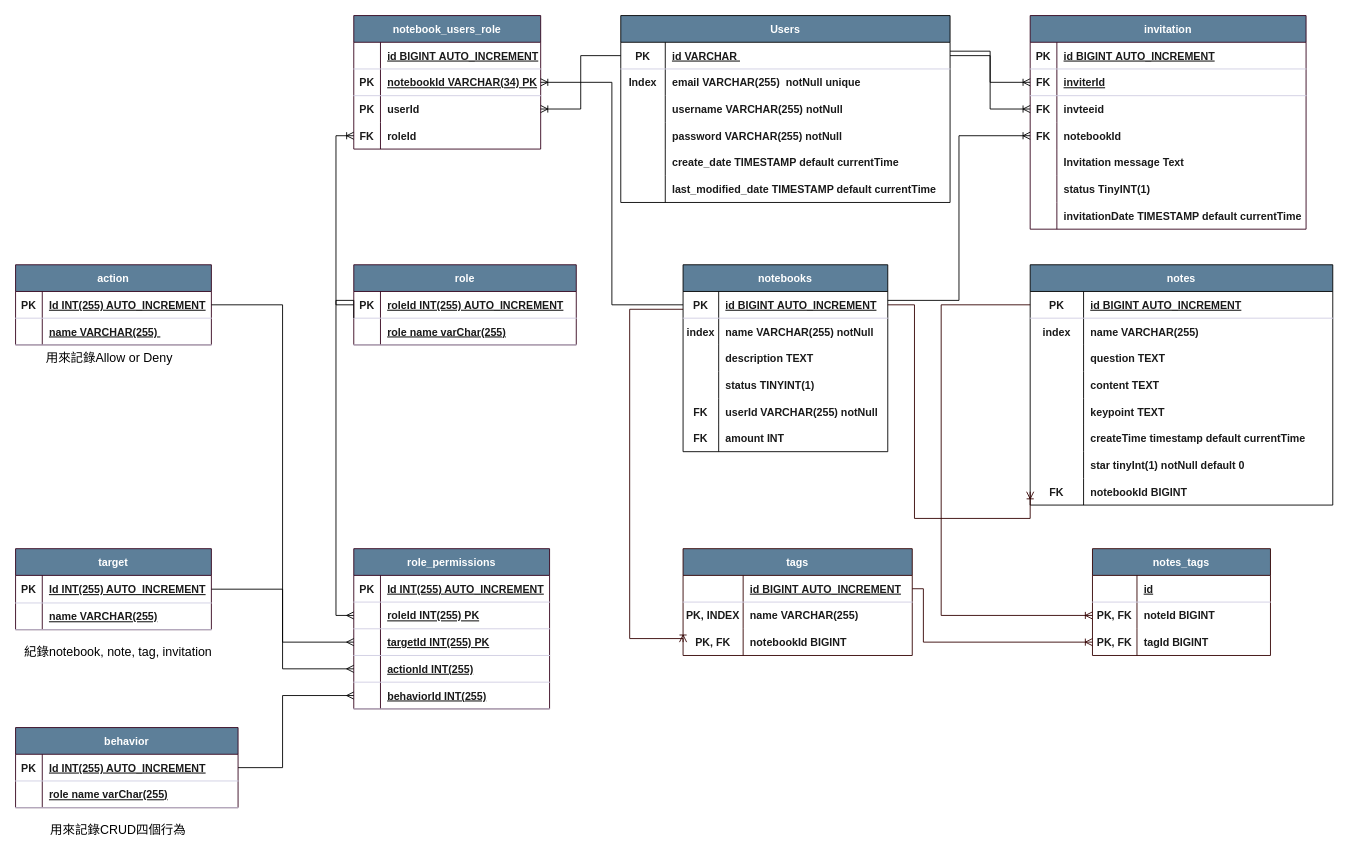
Earlier version of the draw.io diagram page "ERD" (1 of 3) of LinkNoteERD.drawio (joeyliao127/LinkNote2.0). Source tidied: cells renumbered, new cells numbered last; positions are measured from the earlier drawing's top-left corner, leaving out a move shared by most shapes. Both pictures are drawn from the tidied source at 89%, with x=0, y=0 at pixel (15, 15).
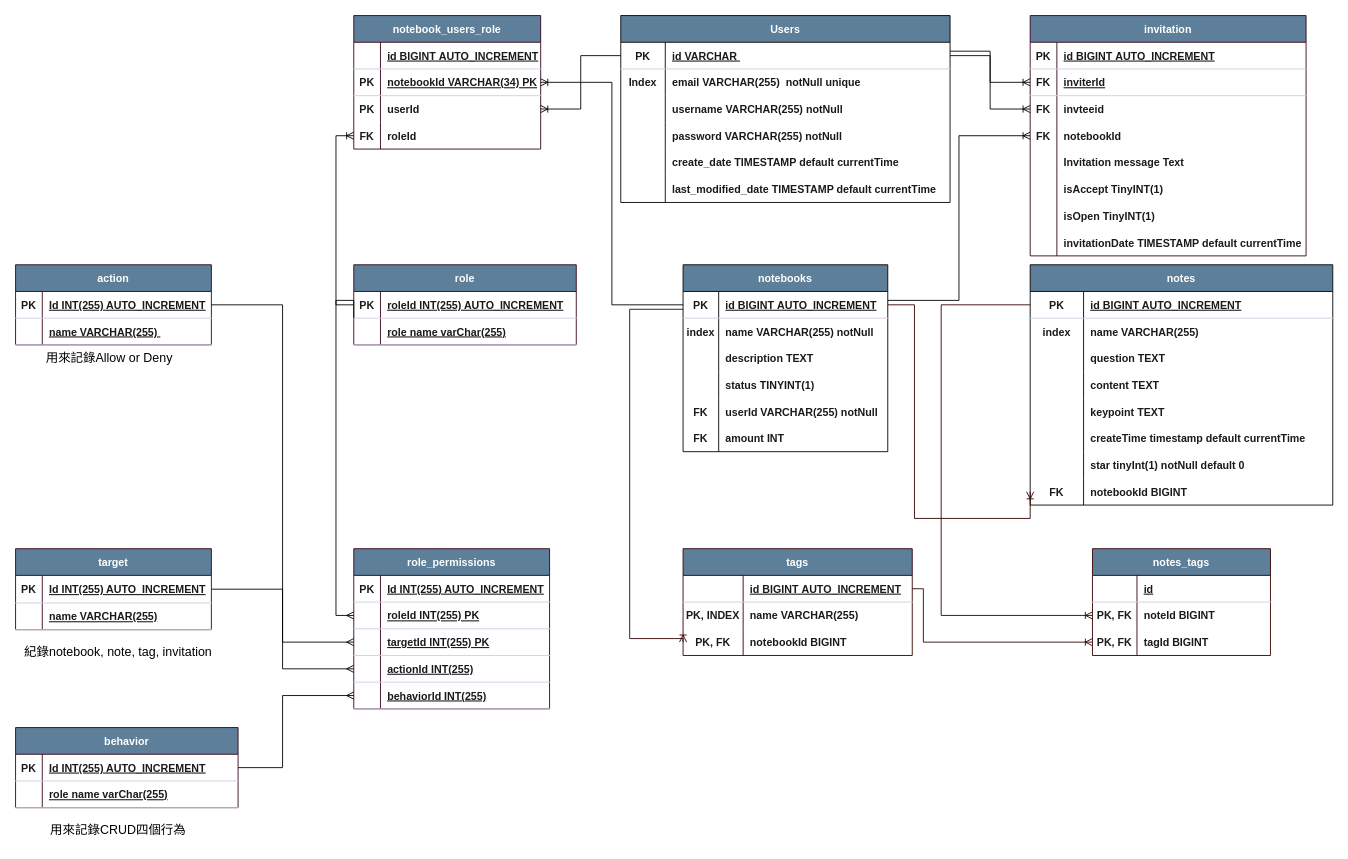
Above is the later version.

The change refers to these unchanged cells:
```xml
<mxCell id="128" style="shape=tableRow;horizontal=0;startSize=0;swimlaneHead=0;swimlaneBody=0;fillColor=none;top=0;left=0;right=0;bottom=0;fontStyle=1;labelBackgroundColor=none;strokeColor=#D0CEE2;fontColor=#1A1A1A;" parent="112" vertex="1">
  <mxGeometry y="180" width="310" height="30" as="geometry" />
</mxCell>
```

Change to the diagram source:
```diff
@@
     <mxCell id="112" value="invitation" style="shape=table;startSize=30;childLayout=tableLayout;rowLines=0;fontStyle=1;align=center;labelBackgroundColor=none;fillColor=#5D7F99;strokeColor=#33001A;fontColor=#FFFFFF;" parent="1" vertex="1">
-      <mxGeometry x="1140" width="310" height="240" as="geometry" />
+      <mxGeometry x="1140" width="310" height="270" as="geometry" />
     </mxCell>
@@
-    <mxCell id="130" value="status TinyINT(1)" style="shape=partialRectangle;fillColor=none;top=0;left=0;bottom=0;right=0;align=left;spacingLeft=6;overflow=hidden;fontStyle=1;labelBackgroundColor=none;strokeColor=#D0CEE2;fontColor=#1A1A1A;" parent="128" vertex="1">
+    <mxCell id="130" value="isAccept TinyINT(1)" style="shape=partialRectangle;fillColor=none;top=0;left=0;bottom=0;right=0;align=left;spacingLeft=6;overflow=hidden;fontStyle=1;labelBackgroundColor=none;strokeColor=#D0CEE2;fontColor=#1A1A1A;" parent="128" vertex="1">
       <mxGeometry x="30" width="280" height="30" as="geometry" />
     </mxCell>
+    <mxCell id="181" style="shape=tableRow;horizontal=0;startSize=0;swimlaneHead=0;swimlaneBody=0;fillColor=none;top=0;left=0;right=0;bottom=0;fontStyle=1;labelBackgroundColor=none;strokeColor=#D0CEE2;fontColor=#1A1A1A;" parent="112" vertex="1">
+      <mxGeometry y="210" width="310" height="30" as="geometry" />
+    </mxCell>
+    <mxCell id="182" style="shape=partialRectangle;fillColor=none;top=0;left=0;bottom=0;right=0;overflow=hidden;fontStyle=1;labelBackgroundColor=none;strokeColor=#D0CEE2;fontColor=#1A1A1A;" parent="181" vertex="1">
+      <mxGeometry width="30" height="30" as="geometry" />
+    </mxCell>
+    <mxCell id="183" value="isOpen TinyINT(1)" style="shape=partialRectangle;fillColor=none;top=0;left=0;bottom=0;right=0;align=left;spacingLeft=6;overflow=hidden;fontStyle=1;labelBackgroundColor=none;strokeColor=#D0CEE2;fontColor=#1A1A1A;" parent="181" vertex="1">
+      <mxGeometry x="30" width="280" height="30" as="geometry" />
+    </mxCell>
     <mxCell id="131" style="shape=tableRow;horizontal=0;startSize=0;swimlaneHead=0;swimlaneBody=0;fillColor=none;top=0;left=0;right=0;bottom=0;fontStyle=1;labelBackgroundColor=none;strokeColor=#D0CEE2;fontColor=#1A1A1A;" parent="112" vertex="1">
-      <mxGeometry y="210" width="310" height="30" as="geometry" />
+      <mxGeometry y="240" width="310" height="30" as="geometry" />
     </mxCell>
```
